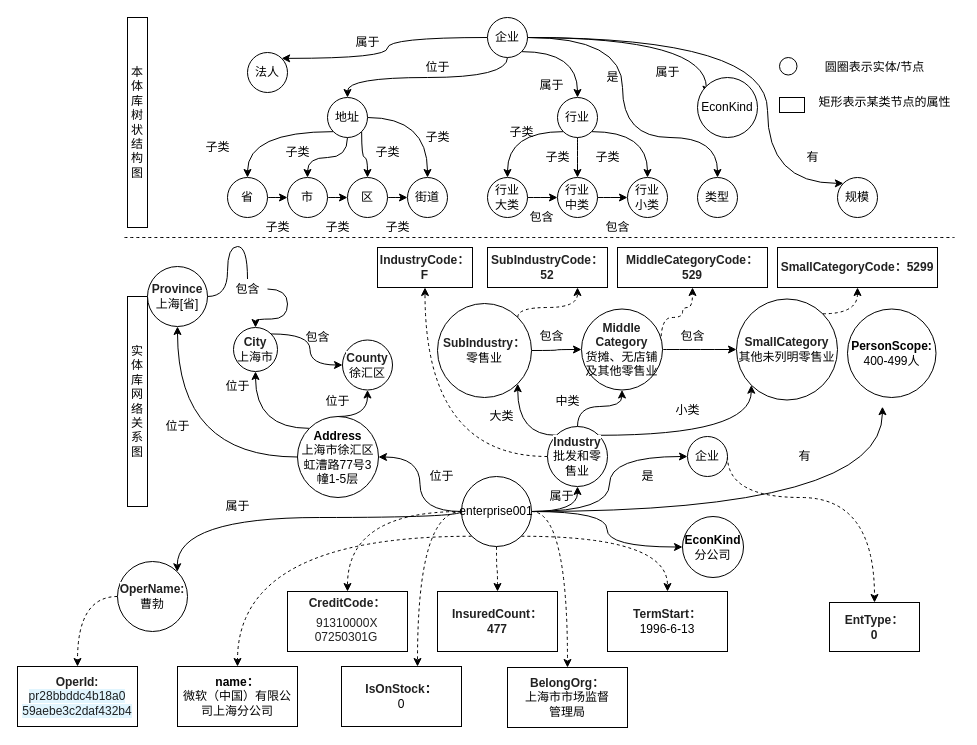
The draw.io diagram Untitled Diagram.drawio in CastleDream/Blog_Study, before the edit. Source tidied: cells renumbered, new cells numbered last; positions are measured from the earlier drawing's top-left corner, leaving out a move shared by most shapes. Both pictures are drawn from the tidied source at 100%, with x=0, y=0 at pixel (17, 17).
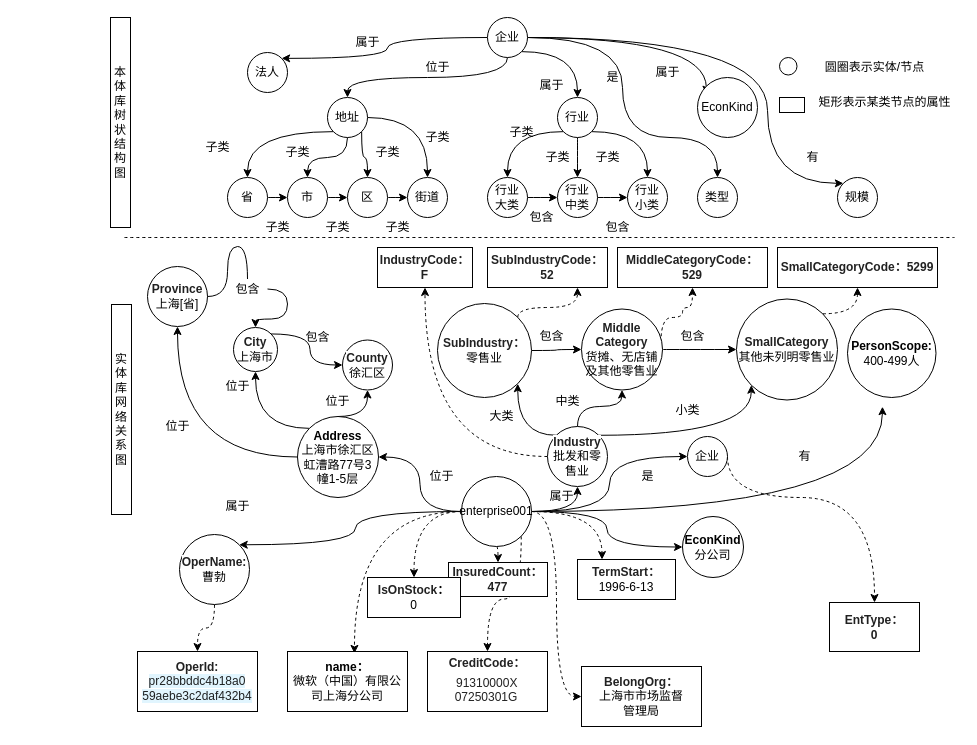
The same diagram, later.

The change refers to these unchanged cells:
```xml
<mxCell id="59" value="enterprise001" style="ellipse;whiteSpace=wrap;html=1;" parent="1" vertex="1">
  <mxGeometry x="444" y="459" width="70" height="70" as="geometry" />
</mxCell>
```

The edit, as a diff of the source:
```diff
@@
     <mxCell id="21" value="本体库树状结构图" style="rounded=0;whiteSpace=wrap;html=1;" parent="1" vertex="1">
-      <mxGeometry x="110" width="20" height="210" as="geometry" />
+      <mxGeometry x="93" width="20" height="210" as="geometry" />
     </mxCell>
     <mxCell id="22" value="实体库网络关系图" style="rounded=0;whiteSpace=wrap;html=1;" parent="1" vertex="1">
-      <mxGeometry x="110" y="279" width="20" height="210" as="geometry" />
+      <mxGeometry x="94" y="287" width="20" height="210" as="geometry" />
     </mxCell>
@@
-    <mxCell id="49" style="edgeStyle=orthogonalEdgeStyle;curved=1;rounded=0;jettySize=auto;html=1;exitX=0;exitY=1;exitDx=0;exitDy=0;entryX=0.5;entryY=0;entryDx=0;entryDy=0;dashed=1;" parent="1" edge="1" source="59" target="97">
-      <mxGeometry relative="1" as="geometry" />
-    </mxCell>
-    <mxCell id="50" style="edgeStyle=orthogonalEdgeStyle;curved=1;rounded=0;jettySize=auto;html=1;exitX=0;exitY=0.5;exitDx=0;exitDy=0;entryX=0.5;entryY=0;entryDx=0;entryDy=0;dashed=1;" parent="1" edge="1" source="59" target="98">
-      <mxGeometry relative="1" as="geometry" />
-    </mxCell>
-    <mxCell id="51" style="edgeStyle=orthogonalEdgeStyle;curved=1;rounded=0;jettySize=auto;html=1;exitX=0.5;exitY=1;exitDx=0;exitDy=0;entryX=0.5;entryY=0;entryDx=0;entryDy=0;dashed=1;" parent="1" edge="1" source="59" target="103">
-      <mxGeometry relative="1" as="geometry" />
-    </mxCell>
-    <mxCell id="52" style="edgeStyle=orthogonalEdgeStyle;curved=1;rounded=0;jettySize=auto;html=1;exitX=1;exitY=1;exitDx=0;exitDy=0;dashed=1;" parent="1" edge="1" source="59" target="104">
-      <mxGeometry relative="1" as="geometry" />
-    </mxCell>
-    <mxCell id="53" style="edgeStyle=orthogonalEdgeStyle;curved=1;rounded=0;jettySize=auto;html=1;exitX=0;exitY=0.5;exitDx=0;exitDy=0;dashed=1;" parent="1" edge="1" source="59" target="112">
-      <mxGeometry relative="1" as="geometry">
-        <Array as="points">
-          <mxPoint x="400" y="494" />
-        </Array>
-      </mxGeometry>
-    </mxCell>
@@
     <mxCell id="57" style="edgeStyle=orthogonalEdgeStyle;curved=1;rounded=0;jettySize=auto;html=1;exitX=0;exitY=0.5;exitDx=0;exitDy=0;entryX=1;entryY=0;entryDx=0;entryDy=0;" parent="1" edge="1" source="59" target="109">
-      <mxGeometry relative="1" as="geometry">
-        <Array as="points">
-          <mxPoint x="444" y="500" />
-          <mxPoint x="160" y="500" />
-        </Array>
-      </mxGeometry>
+      <mxGeometry relative="1" as="geometry" />
     </mxCell>
+    <mxCell id="53" style="edgeStyle=orthogonalEdgeStyle;curved=1;rounded=0;jettySize=auto;html=1;exitX=0;exitY=0.5;exitDx=0;exitDy=0;entryX=0.5;entryY=0;entryDx=0;entryDy=0;dashed=1;" parent="1" edge="1" source="59" target="112">
+      <mxGeometry relative="1" as="geometry" />
+    </mxCell>
+    <mxCell id="51" style="edgeStyle=orthogonalEdgeStyle;curved=1;rounded=0;jettySize=auto;html=1;exitX=0.5;exitY=1;exitDx=0;exitDy=0;entryX=0.5;entryY=0;entryDx=0;entryDy=0;dashed=1;" parent="1" edge="1" source="59" target="103">
+      <mxGeometry relative="1" as="geometry" />
+    </mxCell>
+    <mxCell id="52" style="edgeStyle=orthogonalEdgeStyle;curved=1;rounded=0;jettySize=auto;html=1;exitX=1;exitY=0.5;exitDx=0;exitDy=0;entryX=0.25;entryY=0;entryDx=0;entryDy=0;dashed=1;" parent="1" edge="1" source="59" target="104">
+      <mxGeometry relative="1" as="geometry" />
+    </mxCell>
+    <mxCell id="49" style="edgeStyle=orthogonalEdgeStyle;curved=1;rounded=0;jettySize=auto;html=1;exitX=0;exitY=0.5;exitDx=0;exitDy=0;entryX=0.558;entryY=0.032;entryDx=0;entryDy=0;dashed=1;entryPerimeter=0;" parent="1" edge="1" source="59" target="97">
+      <mxGeometry relative="1" as="geometry" />
+    </mxCell>
+    <mxCell id="50" style="edgeStyle=orthogonalEdgeStyle;curved=1;rounded=0;jettySize=auto;html=1;exitX=1;exitY=1;exitDx=0;exitDy=0;entryX=0.5;entryY=0;entryDx=0;entryDy=0;dashed=1;" parent="1" edge="1" source="59" target="98">
+      <mxGeometry relative="1" as="geometry" />
+    </mxCell>
-    <mxCell id="58" style="edgeStyle=orthogonalEdgeStyle;curved=1;rounded=0;jettySize=auto;html=1;exitX=1;exitY=0.5;exitDx=0;exitDy=0;entryX=0.5;entryY=0;entryDx=0;entryDy=0;dashed=1;" parent="1" edge="1" source="59" target="105">
+    <mxCell id="58" style="edgeStyle=orthogonalEdgeStyle;curved=1;rounded=0;jettySize=auto;html=1;exitX=1;exitY=0.5;exitDx=0;exitDy=0;entryX=0;entryY=0.5;entryDx=0;entryDy=0;dashed=1;" parent="1" edge="1" source="59" target="105">
       <mxGeometry relative="1" as="geometry" />
     </mxCell>
@@
     <mxCell id="97" value="&lt;b&gt;name：&lt;br&gt;&lt;/b&gt;微软（中国）有限公司上海分公司" style="whiteSpace=wrap;html=1;" parent="1" vertex="1">
-      <mxGeometry x="160" y="649" width="120" height="60" as="geometry" />
+      <mxGeometry x="270" y="634" width="120" height="60" as="geometry" />
     </mxCell>
     <mxCell id="98" value="&lt;span style=&quot;color: rgba(0 , 0 , 0 , 0.87) ; font-family: , &amp;#34;blinkmacsystemfont&amp;#34; , &amp;#34;segoe ui&amp;#34; , &amp;#34;helvetica&amp;#34; , &amp;#34;arial&amp;#34; , sans-serif , &amp;#34;apple color emoji&amp;#34; , &amp;#34;segoe ui emoji&amp;#34; , &amp;#34;segoe ui symbol&amp;#34; ; font-weight: 700 ; text-align: right ; background-color: rgb(255 , 255 , 255)&quot;&gt;&lt;br&gt;CreditCode：&lt;/span&gt;&lt;table border=&quot;1&quot; class=&quot;dataframe&quot; style=&quot;border-collapse: collapse ; border-spacing: 0px ; border: none ; color: rgba(0 , 0 , 0 , 0.87) ; table-layout: fixed ; margin-left: 0px ; margin-right: 0px ; margin-bottom: 1em ; font-family: , &amp;#34;blinkmacsystemfont&amp;#34; , &amp;#34;segoe ui&amp;#34; , &amp;#34;helvetica&amp;#34; , &amp;#34;arial&amp;#34; , sans-serif , &amp;#34;apple color emoji&amp;#34; , &amp;#34;segoe ui emoji&amp;#34; , &amp;#34;segoe ui symbol&amp;#34; ; background-color: rgb(255 , 255 , 255)&quot;&gt;&lt;tbody&gt;&lt;tr style=&quot;vertical-align: middle ; padding: 0.5em ; line-height: normal ; max-width: none ; border: none ; text-align: right&quot;&gt;&lt;td style=&quot;vertical-align: middle ; padding: 0.5em ; line-height: normal ; max-width: none ; border: none&quot;&gt;91310000X&lt;br&gt;07250301G&lt;br&gt;&lt;/td&gt;&lt;/tr&gt;&lt;/tbody&gt;&lt;/table&gt;" style="whiteSpace=wrap;html=1;" parent="1" vertex="1">
-      <mxGeometry x="270" y="574" width="120" height="60" as="geometry" />
+      <mxGeometry x="410" y="634" width="120" height="60" as="geometry" />
     </mxCell>
@@
     <mxCell id="103" value="&lt;span style=&quot;color: rgba(0 , 0 , 0 , 0.87) ; font-family: , &amp;#34;blinkmacsystemfont&amp;#34; , &amp;#34;segoe ui&amp;#34; , &amp;#34;helvetica&amp;#34; , &amp;#34;arial&amp;#34; , sans-serif , &amp;#34;apple color emoji&amp;#34; , &amp;#34;segoe ui emoji&amp;#34; , &amp;#34;segoe ui symbol&amp;#34; ; font-weight: 700 ; text-align: right ; background-color: rgb(255 , 255 , 255)&quot;&gt;InsuredCount：&lt;br&gt;477&lt;/span&gt;" style="whiteSpace=wrap;html=1;" parent="1" vertex="1">
-      <mxGeometry x="420" y="574" width="120" height="60" as="geometry" />
+      <mxGeometry x="431" y="545" width="99" height="34" as="geometry" />
     </mxCell>
     <mxCell id="104" value="&lt;span style=&quot;color: rgba(0 , 0 , 0 , 0.87) ; font-family: , &amp;#34;blinkmacsystemfont&amp;#34; , &amp;#34;segoe ui&amp;#34; , &amp;#34;helvetica&amp;#34; , &amp;#34;arial&amp;#34; , sans-serif , &amp;#34;apple color emoji&amp;#34; , &amp;#34;segoe ui emoji&amp;#34; , &amp;#34;segoe ui symbol&amp;#34; ; font-weight: 700 ; text-align: right ; background-color: rgb(255 , 255 , 255)&quot;&gt;TermStart：&lt;br&gt;&lt;/span&gt;1996-6-13" style="whiteSpace=wrap;html=1;" parent="1" vertex="1">
-      <mxGeometry x="590" y="574" width="120" height="60" as="geometry" />
+      <mxGeometry x="560" y="542" width="98" height="40" as="geometry" />
     </mxCell>
     <mxCell id="105" value="&lt;span style=&quot;color: rgba(0 , 0 , 0 , 0.87) ; font-family: , &amp;#34;blinkmacsystemfont&amp;#34; , &amp;#34;segoe ui&amp;#34; , &amp;#34;helvetica&amp;#34; , &amp;#34;arial&amp;#34; , sans-serif , &amp;#34;apple color emoji&amp;#34; , &amp;#34;segoe ui emoji&amp;#34; , &amp;#34;segoe ui symbol&amp;#34; ; font-weight: 700 ; text-align: right ; background-color: rgb(255 , 255 , 255)&quot;&gt;BelongOrg&lt;/span&gt;&lt;span style=&quot;color: rgba(0 , 0 , 0 , 0.87) ; font-family: , &amp;#34;blinkmacsystemfont&amp;#34; , &amp;#34;segoe ui&amp;#34; , &amp;#34;helvetica&amp;#34; , &amp;#34;arial&amp;#34; , sans-serif , &amp;#34;apple color emoji&amp;#34; , &amp;#34;segoe ui emoji&amp;#34; , &amp;#34;segoe ui symbol&amp;#34; ; font-weight: 700 ; text-align: right ; background-color: rgb(255 , 255 , 255)&quot;&gt;：&lt;br&gt;&lt;/span&gt;上海市市场监督&lt;br&gt;管理局" style="whiteSpace=wrap;html=1;" parent="1" vertex="1">
-      <mxGeometry x="490" y="650" width="120" height="60" as="geometry" />
+      <mxGeometry x="564" y="649" width="120" height="60" as="geometry" />
     </mxCell>
@@
-    <mxCell id="108" style="edgeStyle=orthogonalEdgeStyle;curved=1;rounded=0;jettySize=auto;html=1;exitX=0;exitY=0.5;exitDx=0;exitDy=0;entryX=0.5;entryY=0;entryDx=0;entryDy=0;dashed=1;" parent="1" edge="1" source="109" target="111">
+    <mxCell id="108" style="edgeStyle=orthogonalEdgeStyle;curved=1;rounded=0;jettySize=auto;html=1;exitX=0.5;exitY=1;exitDx=0;exitDy=0;entryX=0.5;entryY=0;entryDx=0;entryDy=0;dashed=1;" parent="1" edge="1" source="109" target="111">
       <mxGeometry relative="1" as="geometry" />
     </mxCell>
     <mxCell id="109" value="&lt;span style=&quot;color: rgba(0 , 0 , 0 , 0.87) ; font-family: , &amp;#34;blinkmacsystemfont&amp;#34; , &amp;#34;segoe ui&amp;#34; , &amp;#34;helvetica&amp;#34; , &amp;#34;arial&amp;#34; , sans-serif , &amp;#34;apple color emoji&amp;#34; , &amp;#34;segoe ui emoji&amp;#34; , &amp;#34;segoe ui symbol&amp;#34; ; font-weight: 700 ; text-align: right ; background-color: rgb(255 , 255 , 255)&quot;&gt;OperName:&lt;br&gt;&lt;/span&gt;曹勃" style="ellipse;whiteSpace=wrap;html=1;" parent="1" vertex="1">
-      <mxGeometry x="100" y="544" width="70" height="70" as="geometry" />
+      <mxGeometry x="162" y="517" width="70" height="70" as="geometry" />
     </mxCell>
@@
     <mxCell id="111" value="&lt;span style=&quot;color: rgba(0 , 0 , 0 , 0.87) ; font-family: , &amp;#34;blinkmacsystemfont&amp;#34; , &amp;#34;segoe ui&amp;#34; , &amp;#34;helvetica&amp;#34; , &amp;#34;arial&amp;#34; , sans-serif , &amp;#34;apple color emoji&amp;#34; , &amp;#34;segoe ui emoji&amp;#34; , &amp;#34;segoe ui symbol&amp;#34; ; font-weight: 700 ; text-align: right ; background-color: rgb(255 , 255 , 255)&quot;&gt;OperId:&lt;br&gt;&lt;/span&gt;&lt;span style=&quot;color: rgba(0 , 0 , 0 , 0.87) ; font-family: , &amp;#34;blinkmacsystemfont&amp;#34; , &amp;#34;segoe ui&amp;#34; , &amp;#34;helvetica&amp;#34; , &amp;#34;arial&amp;#34; , sans-serif , &amp;#34;apple color emoji&amp;#34; , &amp;#34;segoe ui emoji&amp;#34; , &amp;#34;segoe ui symbol&amp;#34; ; text-align: right ; background-color: rgb(225 , 245 , 254)&quot;&gt;pr28bbddc4b18a0&lt;br&gt;59aebe3c2daf432b4&lt;/span&gt;&lt;span style=&quot;color: rgba(0 , 0 , 0 , 0.87) ; font-family: , &amp;#34;blinkmacsystemfont&amp;#34; , &amp;#34;segoe ui&amp;#34; , &amp;#34;helvetica&amp;#34; , &amp;#34;arial&amp;#34; , sans-serif , &amp;#34;apple color emoji&amp;#34; , &amp;#34;segoe ui emoji&amp;#34; , &amp;#34;segoe ui symbol&amp;#34; ; font-weight: 700 ; text-align: right ; background-color: rgb(255 , 255 , 255)&quot;&gt;&lt;br&gt;&lt;/span&gt;" style="whiteSpace=wrap;html=1;" parent="1" vertex="1">
-      <mxGeometry y="649" width="120" height="60" as="geometry" />
+      <mxGeometry x="120" y="634" width="120" height="60" as="geometry" />
     </mxCell>
     <mxCell id="112" value="&lt;span style=&quot;color: rgba(0 , 0 , 0 , 0.87) ; font-family: , &amp;#34;blinkmacsystemfont&amp;#34; , &amp;#34;segoe ui&amp;#34; , &amp;#34;helvetica&amp;#34; , &amp;#34;arial&amp;#34; , sans-serif , &amp;#34;apple color emoji&amp;#34; , &amp;#34;segoe ui emoji&amp;#34; , &amp;#34;segoe ui symbol&amp;#34; ; font-weight: 700 ; text-align: right ; background-color: rgb(255 , 255 , 255)&quot;&gt;IsOnStock&lt;/span&gt;&lt;b&gt;：&lt;br&gt;&lt;/b&gt;0" style="whiteSpace=wrap;html=1;" parent="1" vertex="1">
-      <mxGeometry x="324" y="649" width="120" height="60" as="geometry" />
+      <mxGeometry x="350" y="560" width="93" height="40" as="geometry" />
     </mxCell>
```
